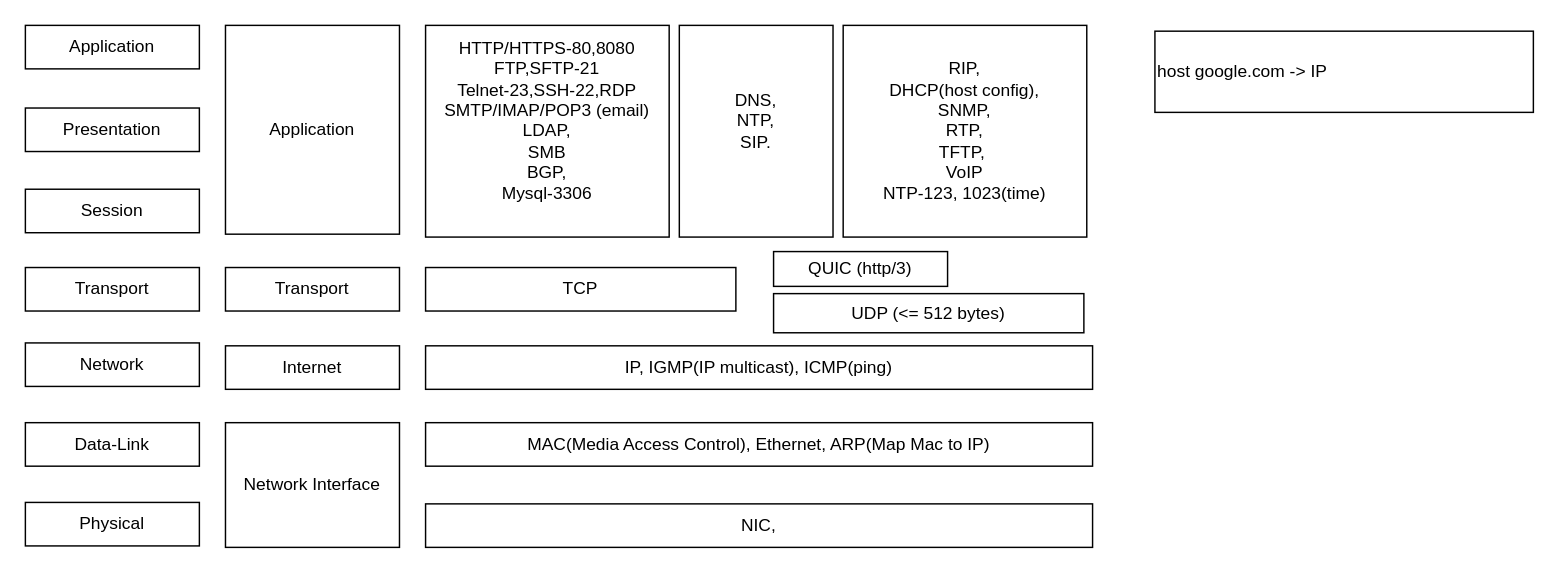
Albert-W/Draw_io keeps this draw.io diagram as internet_protocol.drawio. Above is the earlier version. Source tidied: cells renumbered, new cells numbered last; positions are measured from the earlier drawing's top-left corner, leaving out a move shared by most shapes. Both pictures are drawn from the tidied source at 145%, with x=0, y=0 at pixel (25, 25).
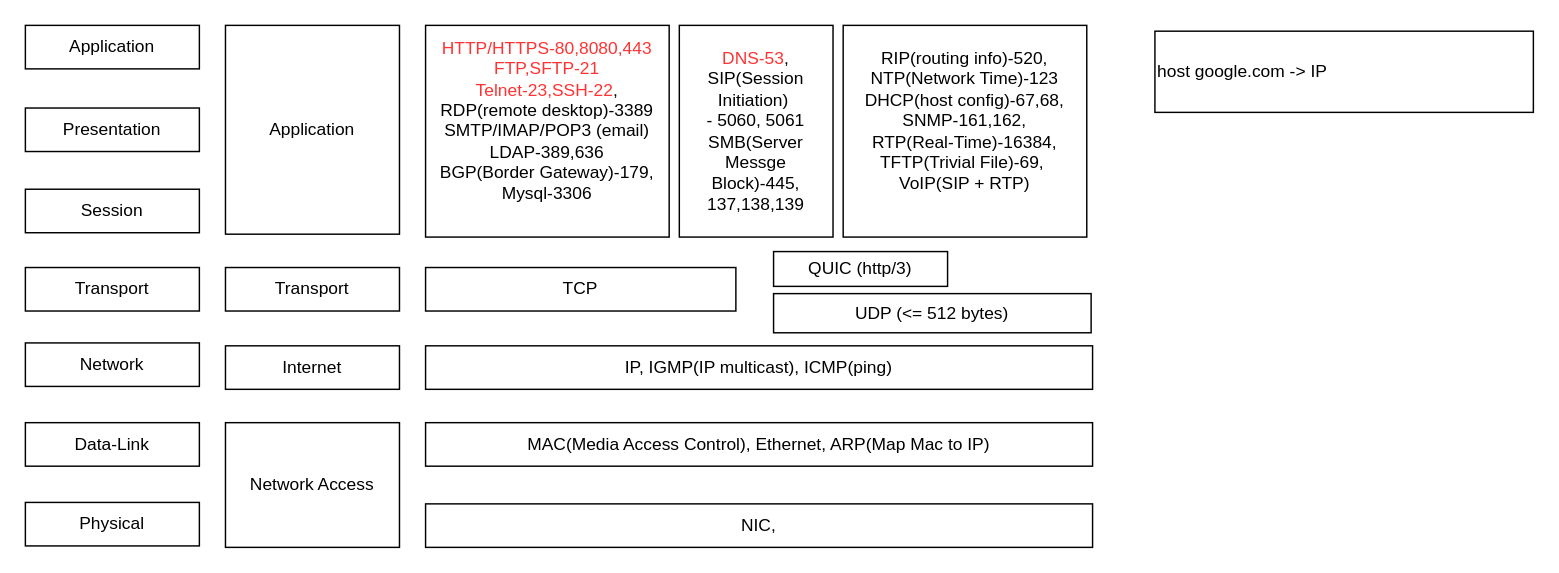
Above is the later version.

Diff of the diagram source:
```diff
@@
-    <mxCell id="9" value="Network Interface" style="rounded=0;whiteSpace=wrap;html=1;" parent="1" vertex="1">
+    <mxCell id="9" value="Network Access" style="rounded=0;whiteSpace=wrap;html=1;" parent="1" vertex="1">
       <mxGeometry x="138" y="274" width="120" height="86" as="geometry" />
     </mxCell>
@@
     <mxCell id="16" value="UDP (&amp;lt;= 512 bytes)" style="rounded=0;whiteSpace=wrap;html=1;" parent="1" vertex="1">
-      <mxGeometry x="516" y="185" width="214" height="27" as="geometry" />
+      <mxGeometry x="516" y="185" width="219" height="27" as="geometry" />
     </mxCell>
-    <mxCell id="17" value="HTTP/HTTPS-80,8080&lt;br&gt;FTP,SFTP-21&lt;br&gt;Telnet-23,SSH-22,RDP&lt;br&gt;SMTP/IMAP/POP3 (email)&lt;div&gt;LDAP,&lt;/div&gt;&lt;div&gt;SMB&lt;br&gt;BGP,&lt;br&gt;Mysql-3306&lt;br&gt;&lt;br&gt;&lt;/div&gt;" style="rounded=0;whiteSpace=wrap;html=1;" parent="1" vertex="1">
+    <mxCell id="17" value="&lt;font color=&quot;#ff3333&quot;&gt;HTTP/HTTPS-80,8080,443&lt;br&gt;FTP,SFTP-21&lt;br&gt;Telnet-23,SSH-22&lt;/font&gt;,&lt;div&gt;RDP(remote desktop)-3389&lt;br&gt;SMTP/IMAP/POP3 (email)&lt;div&gt;LDAP-389,636&lt;/div&gt;&lt;div&gt;BGP(Border Gateway)-179,&lt;br&gt;Mysql-3306&lt;br&gt;&lt;br&gt;&lt;/div&gt;&lt;/div&gt;" style="rounded=0;whiteSpace=wrap;html=1;" parent="1" vertex="1">
       <mxGeometry x="276" width="168" height="146" as="geometry" />
     </mxCell>
-    <mxCell id="18" value="RIP,&lt;br&gt;DHCP(host config),&lt;div&gt;SNMP,&lt;br&gt;RTP,&lt;br&gt;TFTP,&amp;nbsp;&lt;br&gt;VoIP&lt;/div&gt;&lt;div&gt;NTP-123, 1023(time)&lt;/div&gt;" style="rounded=0;whiteSpace=wrap;html=1;" parent="1" vertex="1">
+    <mxCell id="18" value="RIP(routing info)-520,&lt;div&gt;NTP(Network Time)-123&lt;/div&gt;&lt;div&gt;DHCP(host config)-67,68,&lt;div&gt;SNMP-161,162,&lt;br&gt;RTP(Real-Time)-16384,&lt;br&gt;TFTP(Trivial File)-69,&amp;nbsp;&lt;br&gt;VoIP(SIP + RTP)&lt;/div&gt;&lt;div&gt;&lt;br&gt;&lt;/div&gt;&lt;/div&gt;" style="rounded=0;whiteSpace=wrap;html=1;" parent="1" vertex="1">
       <mxGeometry x="564" width="168" height="146" as="geometry" />
     </mxCell>
-    <mxCell id="19" value="DNS,&lt;br&gt;NTP,&lt;br&gt;SIP.&lt;div&gt;&lt;br/&gt;&lt;/div&gt;" style="rounded=0;whiteSpace=wrap;html=1;" parent="1" vertex="1">
+    <mxCell id="19" value="&lt;font color=&quot;#ff3333&quot;&gt;DNS-53&lt;/font&gt;,&lt;br&gt;SIP(Session Initiation)&amp;nbsp;&lt;div&gt;- 5060, 5061&lt;br&gt;&lt;div&gt;SMB(Server Messge Block)-445,&lt;/div&gt;&lt;div&gt;137,138,139&lt;/div&gt;&lt;/div&gt;" style="rounded=0;whiteSpace=wrap;html=1;" parent="1" vertex="1">
       <mxGeometry x="451" width="106" height="146" as="geometry" />
     </mxCell>
```
